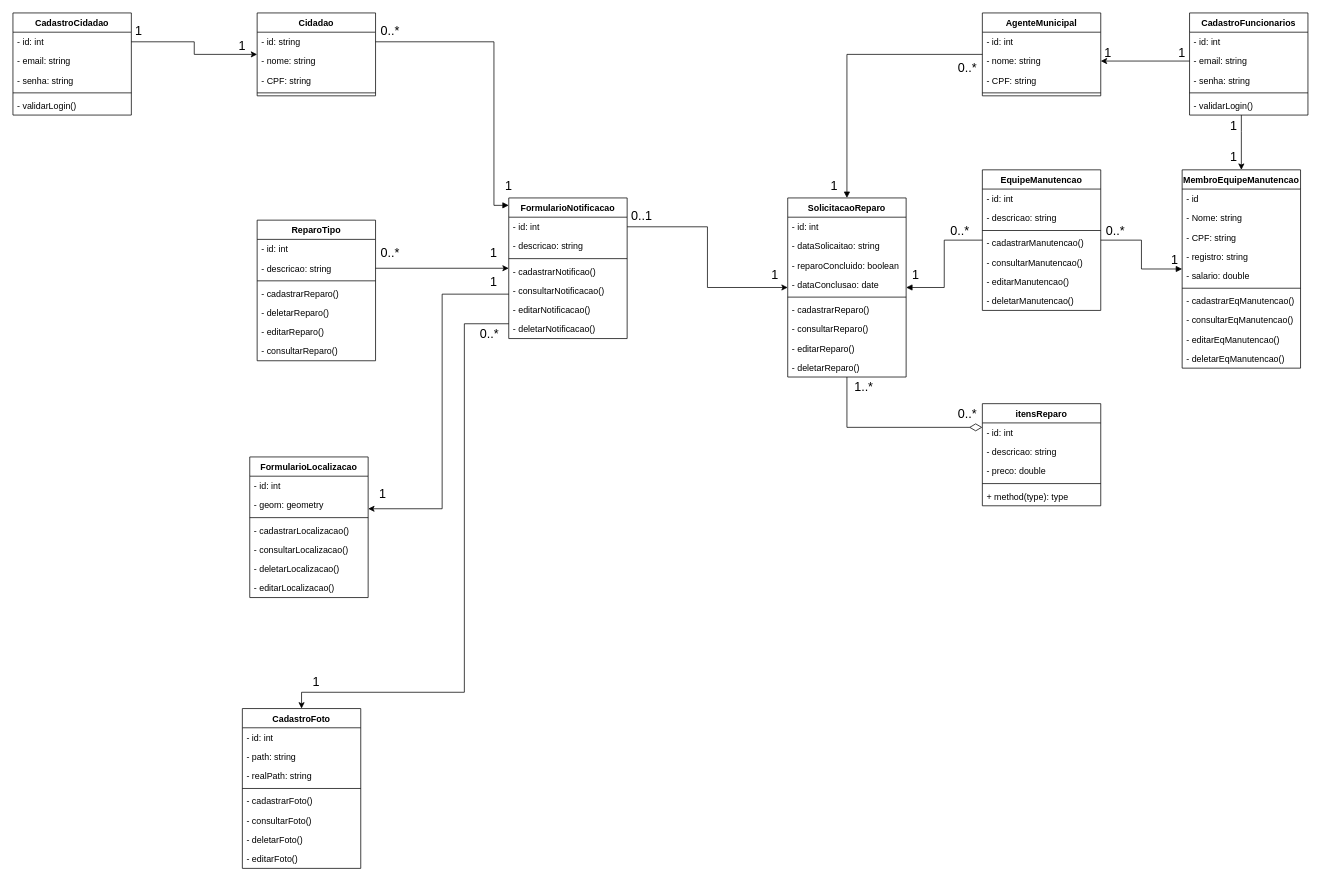
Above: diagramas/classes.drawio in PuraFome/AEP-Segundo-Semestre-2022 (draw.io), before the change. Source tidied: cells renumbered, new cells numbered last; positions are measured from the earlier drawing's top-left corner, leaving out a move shared by most shapes. Both pictures are drawn from the tidied source at 74%, with x=0, y=0 at pixel (13, 13).
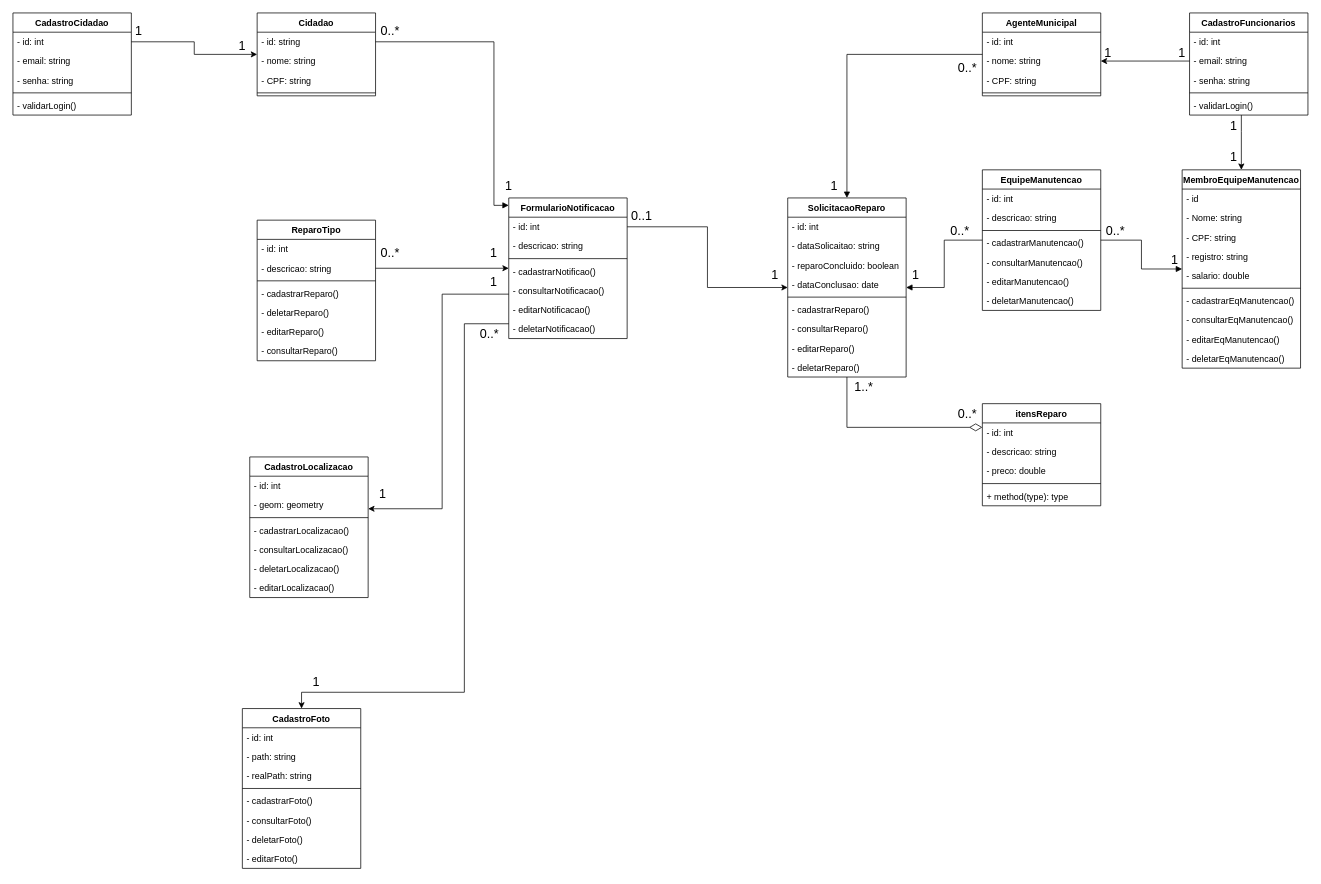
After the change.

What changed in the source:
```diff
@@
-    <mxCell id="19" value="FormularioLocalizacao" style="swimlane;fontStyle=1;align=center;verticalAlign=top;horizontal=1;startSize=26;" parent="1" vertex="1">
+    <mxCell id="19" value="CadastroLocalizacao" style="swimlane;fontStyle=1;align=center;verticalAlign=top;horizontal=1;startSize=26;" parent="1" vertex="1">
       <mxGeometry x="320" y="600" width="160" height="190" as="geometry" />
     </mxCell>
```
